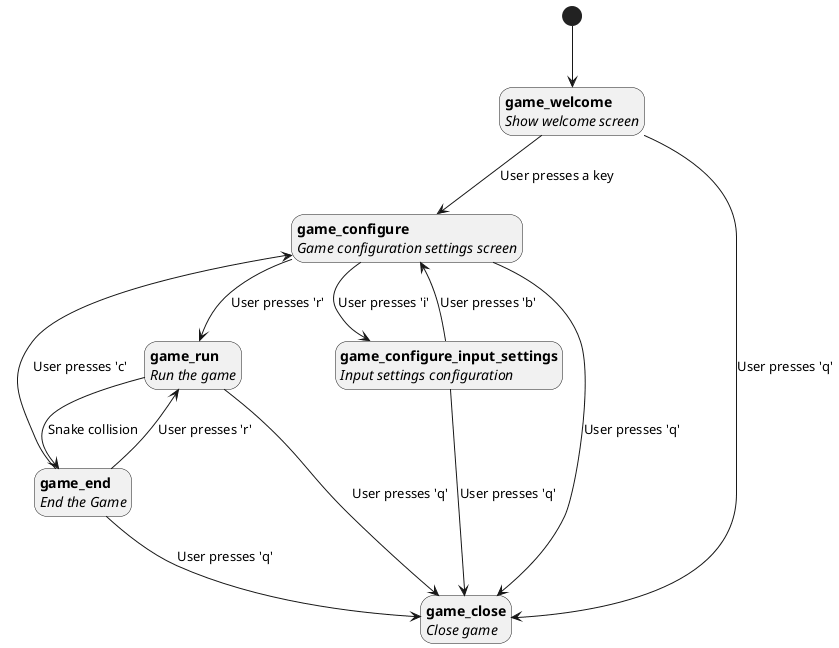
This is docs/state_machine.png from themarcman314/csnake, a PlantUML export, as it was before one commit.
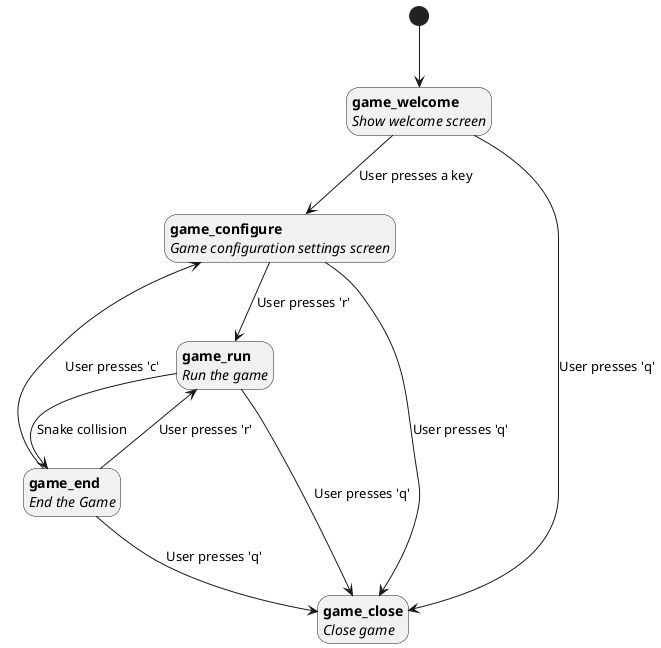
Later version of the same file.

Commit message:
feat: add missing state machine transitions

The edit, as a diff of the source:
```diff
@@ -5,21 +5,17 @@
 state "<b>game_end</b>\n<i>End the Game</i>" as end
 state "<b>game_run</b>\n<i>Run the game</i>" as run
 state "<b>game_configure</b>\n<i>Game configuration settings screen</i>" as config
-state "<b>game_configure_input_settings</b>\n<i>Input settings configuration</i>" as settings
 state "<b>game_close</b>\n<i>Close game</i>" as close
 
 welcome --> config: User presses a key
 config --> run: User presses 'r'
-config --> settings : User presses 'i'
 run --> end : Snake collision
 end --> run : User presses 'r'
-settings --> config : User presses 'b'
 end --> config : User presses 'c'
 welcome --> close : User presses 'q'
 end --> close : User presses 'q'
 run --> close : User presses 'q'
 config --> close : User presses 'q'
-settings --> close : User presses 'q'
 
 
 @enduml
```
